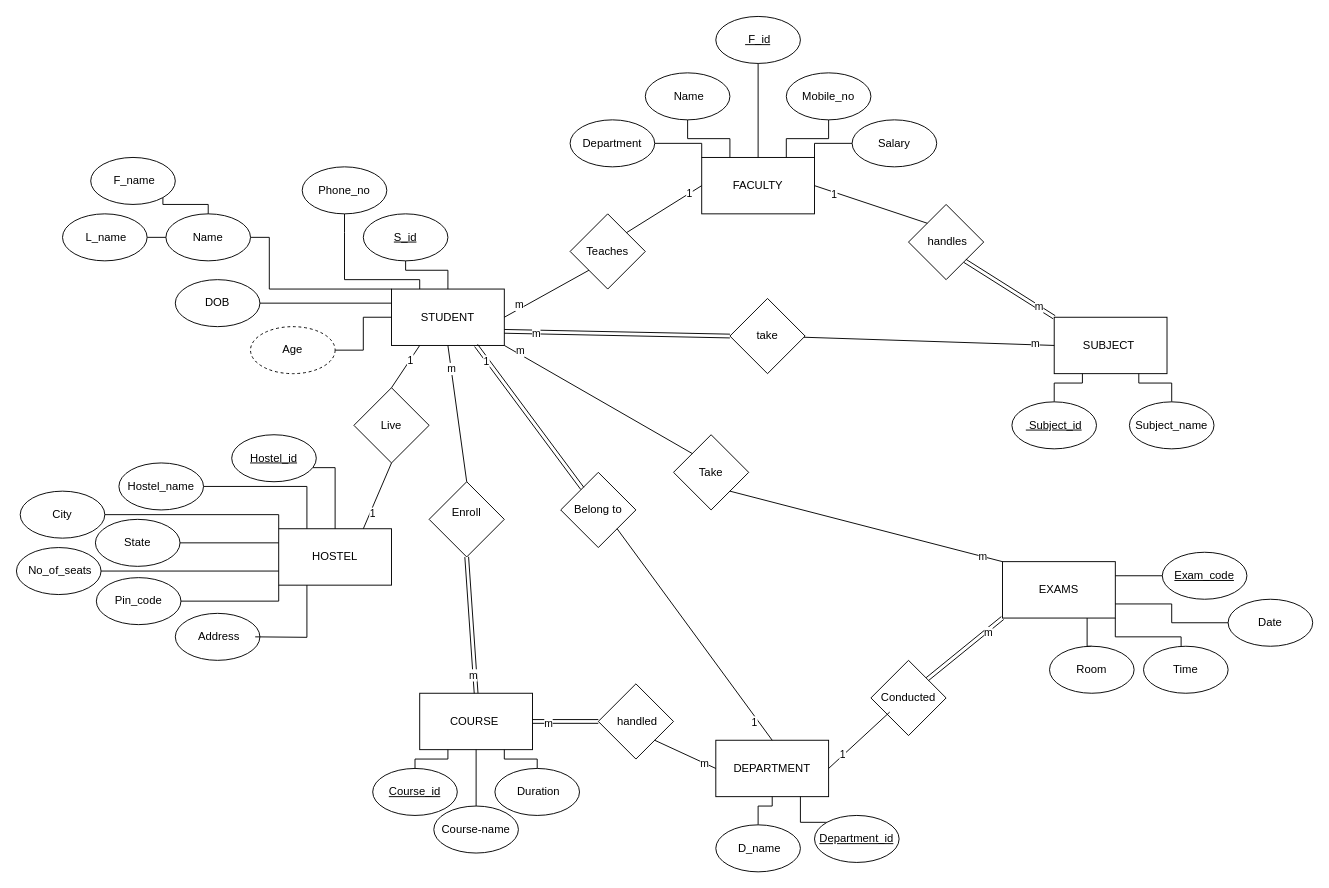
This is COLLEGE.drawio from LeenaaAlhabsi/-Database-Course-documentation, a draw.io file, before an edit. Source tidied: cells renumbered, new cells numbered last; positions are measured from the earlier drawing's top-left corner, leaving out a move shared by most shapes. Both pictures are drawn from the tidied source at 94%, with x=0, y=0 at pixel (16, 16).
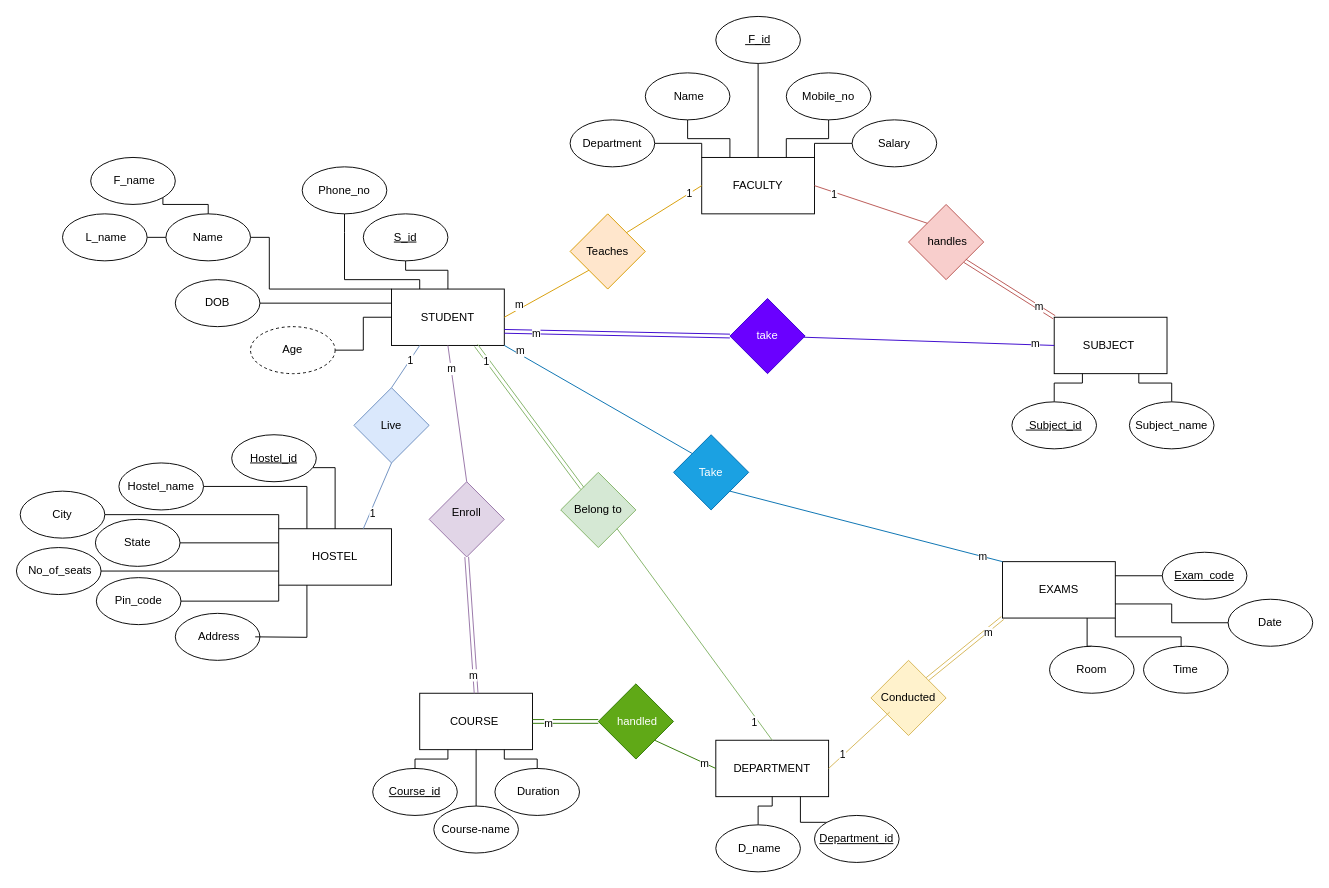
The same diagram, later.

The change refers to these unchanged cells:
```xml
<mxCell id="2" value="FACULTY" style="rounded=0;whiteSpace=wrap;html=1;" parent="1" vertex="1">
  <mxGeometry x="729" y="150" width="120" height="60" as="geometry" />
</mxCell>
<mxCell id="3" value="HOSTEL" style="rounded=0;whiteSpace=wrap;html=1;" parent="1" vertex="1">
  <mxGeometry x="279" y="545" width="120" height="60" as="geometry" />
</mxCell>
<mxCell id="4" value="COURSE&amp;nbsp;" style="rounded=0;whiteSpace=wrap;html=1;" parent="1" vertex="1">
  <mxGeometry x="429" y="720" width="120" height="60" as="geometry" />
</mxCell>
<mxCell id="5" value="SUBJECT&amp;nbsp;" style="rounded=0;whiteSpace=wrap;html=1;" parent="1" vertex="1">
  <mxGeometry x="1104" y="320" width="120" height="60" as="geometry" />
</mxCell>
<mxCell id="6" value="&amp;nbsp;EXAMS&amp;nbsp;" style="rounded=0;whiteSpace=wrap;html=1;" parent="1" vertex="1">
  <mxGeometry x="1049" y="580" width="120" height="60" as="geometry" />
</mxCell>
<mxCell id="7" value="DEPARTMENT" style="rounded=0;whiteSpace=wrap;html=1;" parent="1" vertex="1">
  <mxGeometry x="744" y="770" width="120" height="60" as="geometry" />
</mxCell>
<mxCell id="8" value="STUDENT" style="rounded=0;whiteSpace=wrap;html=1;" parent="1" vertex="1">
  <mxGeometry x="399" y="290" width="120" height="60" as="geometry" />
</mxCell>
```

The edit, as a diff of the source:
```diff
@@
-    <mxCell id="69" value="Teaches" style="rhombus;whiteSpace=wrap;html=1;" parent="1" vertex="1">
+    <mxCell id="69" value="Teaches" style="rhombus;whiteSpace=wrap;html=1;fillColor=#ffe6cc;strokeColor=#d79b00;" parent="1" vertex="1">
       <mxGeometry x="589" y="210" width="80" height="80" as="geometry" />
     </mxCell>
-    <mxCell id="70" value="&amp;nbsp;handles" style="rhombus;whiteSpace=wrap;html=1;" parent="1" vertex="1">
+    <mxCell id="70" value="&amp;nbsp;handles" style="rhombus;whiteSpace=wrap;html=1;fillColor=#f8cecc;strokeColor=#b85450;" parent="1" vertex="1">
       <mxGeometry x="949" y="200" width="80" height="80" as="geometry" />
     </mxCell>
-    <mxCell id="71" style="endArrow=none;html=1;rounded=0;exitX=1;exitY=0;exitDx=0;exitDy=0;entryX=0;entryY=0.5;entryDx=0;entryDy=0;" parent="1" edge="1" source="69" target="2">
+    <mxCell id="71" style="endArrow=none;html=1;rounded=0;exitX=1;exitY=0;exitDx=0;exitDy=0;entryX=0;entryY=0.5;entryDx=0;entryDy=0;fillColor=#ffe6cc;strokeColor=#d79b00;" parent="1" edge="1" source="69" target="2">
       <mxGeometry relative="1" as="geometry" />
     </mxCell>
@@
-    <mxCell id="73" style="endArrow=none;html=1;rounded=0;entryX=0;entryY=1;entryDx=0;entryDy=0;exitX=1;exitY=0.5;exitDx=0;exitDy=0;" parent="1" edge="1" source="8" target="69">
+    <mxCell id="73" style="endArrow=none;html=1;rounded=0;entryX=0;entryY=1;entryDx=0;entryDy=0;exitX=1;exitY=0.5;exitDx=0;exitDy=0;fillColor=#ffe6cc;strokeColor=#d79b00;" parent="1" edge="1" source="8" target="69">
       <mxGeometry relative="1" as="geometry" />
     </mxCell>
@@
-    <mxCell id="75" style="endArrow=none;html=1;rounded=0;entryX=0;entryY=0;entryDx=0;entryDy=0;exitX=1;exitY=1;exitDx=0;exitDy=0;shape=link;" parent="1" edge="1" source="70" target="5">
+    <mxCell id="75" style="endArrow=none;html=1;rounded=0;entryX=0;entryY=0;entryDx=0;entryDy=0;exitX=1;exitY=1;exitDx=0;exitDy=0;shape=link;fillColor=#f8cecc;strokeColor=#b85450;" parent="1" edge="1" source="70" target="5">
       <mxGeometry relative="1" as="geometry" />
     </mxCell>
@@
-    <mxCell id="77" style="endArrow=none;html=1;rounded=0;entryX=1;entryY=0.5;entryDx=0;entryDy=0;exitX=0;exitY=0;exitDx=0;exitDy=0;" parent="1" edge="1" source="70" target="2">
+    <mxCell id="77" style="endArrow=none;html=1;rounded=0;entryX=1;entryY=0.5;entryDx=0;entryDy=0;exitX=0;exitY=0;exitDx=0;exitDy=0;fillColor=#f8cecc;strokeColor=#b85450;" parent="1" edge="1" source="70" target="2">
       <mxGeometry relative="1" as="geometry" />
     </mxCell>
@@
-    <mxCell id="79" value="&#10;Enroll&#10;&#10;" style="rhombus;whiteSpace=wrap;html=1;" parent="1" vertex="1">
+    <mxCell id="79" value="&#10;Enroll&#10;&#10;" style="rhombus;whiteSpace=wrap;html=1;fillColor=#e1d5e7;strokeColor=#9673a6;" parent="1" vertex="1">
       <mxGeometry x="439" y="495" width="80" height="80" as="geometry" />
     </mxCell>
-    <mxCell id="80" style="endArrow=none;html=1;rounded=0;entryX=0.5;entryY=1;entryDx=0;entryDy=0;exitX=0.5;exitY=0;exitDx=0;exitDy=0;" parent="1" edge="1" source="79" target="8">
+    <mxCell id="80" style="endArrow=none;html=1;rounded=0;entryX=0.5;entryY=1;entryDx=0;entryDy=0;exitX=0.5;exitY=0;exitDx=0;exitDy=0;fillColor=#e1d5e7;strokeColor=#9673a6;" parent="1" edge="1" source="79" target="8">
       <mxGeometry relative="1" as="geometry" />
     </mxCell>
@@
-    <mxCell id="82" style="endArrow=none;html=1;rounded=0;entryX=0.5;entryY=1;entryDx=0;entryDy=0;exitX=0.5;exitY=0;exitDx=0;exitDy=0;shape=link;" parent="1" edge="1" source="4" target="79">
+    <mxCell id="82" style="endArrow=none;html=1;rounded=0;entryX=0.5;entryY=1;entryDx=0;entryDy=0;exitX=0.5;exitY=0;exitDx=0;exitDy=0;shape=link;fillColor=#e1d5e7;strokeColor=#9673a6;" parent="1" edge="1" source="4" target="79">
       <mxGeometry relative="1" as="geometry" />
     </mxCell>
@@
-    <mxCell id="84" value="Belong to" style="rhombus;whiteSpace=wrap;html=1;" parent="1" vertex="1">
+    <mxCell id="84" value="Belong to" style="rhombus;whiteSpace=wrap;html=1;fillColor=#d5e8d4;strokeColor=#82b366;" parent="1" vertex="1">
       <mxGeometry x="579" y="485" width="80" height="80" as="geometry" />
     </mxCell>
-    <mxCell id="85" style="endArrow=none;html=1;rounded=0;entryX=0.75;entryY=1;entryDx=0;entryDy=0;shape=link;" parent="1" edge="1" source="84" target="8">
+    <mxCell id="85" style="endArrow=none;html=1;rounded=0;entryX=0.75;entryY=1;entryDx=0;entryDy=0;shape=link;fillColor=#d5e8d4;strokeColor=#82b366;" parent="1" edge="1" source="84" target="8">
       <mxGeometry relative="1" as="geometry" />
     </mxCell>
@@
-    <mxCell id="87" style="endArrow=none;html=1;rounded=0;entryX=1;entryY=1;entryDx=0;entryDy=0;exitX=0.5;exitY=0;exitDx=0;exitDy=0;" parent="1" edge="1" source="7" target="84">
+    <mxCell id="87" style="endArrow=none;html=1;rounded=0;entryX=1;entryY=1;entryDx=0;entryDy=0;exitX=0.5;exitY=0;exitDx=0;exitDy=0;fillColor=#d5e8d4;strokeColor=#82b366;" parent="1" edge="1" source="7" target="84">
       <mxGeometry relative="1" as="geometry" />
     </mxCell>
@@
-    <mxCell id="89" value="Take" style="rhombus;whiteSpace=wrap;html=1;" parent="1" vertex="1">
+    <mxCell id="89" value="Take" style="rhombus;whiteSpace=wrap;html=1;fillColor=#1ba1e2;fontColor=#ffffff;strokeColor=#006EAF;" parent="1" vertex="1">
       <mxGeometry x="699" y="445" width="80" height="80" as="geometry" />
     </mxCell>
-    <mxCell id="90" style="endArrow=none;html=1;rounded=0;entryX=0;entryY=0;entryDx=0;entryDy=0;exitX=1;exitY=1;exitDx=0;exitDy=0;" parent="1" edge="1" source="8" target="89">
+    <mxCell id="90" style="endArrow=none;html=1;rounded=0;entryX=0;entryY=0;entryDx=0;entryDy=0;exitX=1;exitY=1;exitDx=0;exitDy=0;fillColor=#1ba1e2;strokeColor=#006EAF;" parent="1" edge="1" source="8" target="89">
       <mxGeometry relative="1" as="geometry" />
     </mxCell>
@@
-    <mxCell id="92" style="endArrow=none;html=1;rounded=0;entryX=1;entryY=1;entryDx=0;entryDy=0;exitX=0;exitY=0;exitDx=0;exitDy=0;" parent="1" edge="1" source="6" target="89">
+    <mxCell id="92" style="endArrow=none;html=1;rounded=0;entryX=1;entryY=1;entryDx=0;entryDy=0;exitX=0;exitY=0;exitDx=0;exitDy=0;fillColor=#1ba1e2;strokeColor=#006EAF;" parent="1" edge="1" source="6" target="89">
       <mxGeometry relative="1" as="geometry" />
     </mxCell>
@@
-    <mxCell id="94" value="Live" style="rhombus;whiteSpace=wrap;html=1;" parent="1" vertex="1">
+    <mxCell id="94" value="Live" style="rhombus;whiteSpace=wrap;html=1;fillColor=#dae8fc;strokeColor=#6c8ebf;" parent="1" vertex="1">
       <mxGeometry x="359" y="395" width="80" height="80" as="geometry" />
     </mxCell>
-    <mxCell id="95" style="endArrow=none;html=1;rounded=0;entryX=0.25;entryY=1;entryDx=0;entryDy=0;exitX=0.5;exitY=0;exitDx=0;exitDy=0;" parent="1" edge="1" source="94" target="8">
+    <mxCell id="95" style="endArrow=none;html=1;rounded=0;entryX=0.25;entryY=1;entryDx=0;entryDy=0;exitX=0.5;exitY=0;exitDx=0;exitDy=0;fillColor=#dae8fc;strokeColor=#6c8ebf;" parent="1" edge="1" source="94" target="8">
       <mxGeometry relative="1" as="geometry" />
     </mxCell>
@@
-    <mxCell id="97" style="endArrow=none;html=1;rounded=0;entryX=0.5;entryY=1;entryDx=0;entryDy=0;exitX=0.75;exitY=0;exitDx=0;exitDy=0;" parent="1" edge="1" source="3" target="94">
+    <mxCell id="97" style="endArrow=none;html=1;rounded=0;entryX=0.5;entryY=1;entryDx=0;entryDy=0;exitX=0.75;exitY=0;exitDx=0;exitDy=0;fillColor=#dae8fc;strokeColor=#6c8ebf;" parent="1" edge="1" source="3" target="94">
       <mxGeometry relative="1" as="geometry" />
     </mxCell>
@@
-    <mxCell id="99" value="&amp;nbsp;handled" style="rhombus;whiteSpace=wrap;html=1;" parent="1" vertex="1">
+    <mxCell id="99" value="&amp;nbsp;handled" style="rhombus;whiteSpace=wrap;html=1;fillColor=#60a917;fontColor=#ffffff;strokeColor=#2D7600;" parent="1" vertex="1">
       <mxGeometry x="619" y="710" width="80" height="80" as="geometry" />
     </mxCell>
-    <mxCell id="100" style="endArrow=none;html=1;rounded=0;entryX=0;entryY=0.5;entryDx=0;entryDy=0;exitX=1;exitY=0.5;exitDx=0;exitDy=0;shape=link;" parent="1" edge="1" source="4" target="99">
+    <mxCell id="100" style="endArrow=none;html=1;rounded=0;entryX=0;entryY=0.5;entryDx=0;entryDy=0;exitX=1;exitY=0.5;exitDx=0;exitDy=0;shape=link;fillColor=#60a917;strokeColor=#2D7600;" parent="1" edge="1" source="4" target="99">
       <mxGeometry relative="1" as="geometry" />
     </mxCell>
@@
-    <mxCell id="102" style="endArrow=none;html=1;rounded=0;entryX=1;entryY=1;entryDx=0;entryDy=0;exitX=0;exitY=0.5;exitDx=0;exitDy=0;" parent="1" edge="1" source="7" target="99">
+    <mxCell id="102" style="endArrow=none;html=1;rounded=0;entryX=1;entryY=1;entryDx=0;entryDy=0;exitX=0;exitY=0.5;exitDx=0;exitDy=0;fillColor=#60a917;strokeColor=#2D7600;" parent="1" edge="1" source="7" target="99">
       <mxGeometry relative="1" as="geometry" />
     </mxCell>
@@
-    <mxCell id="104" value="take" style="rhombus;whiteSpace=wrap;html=1;" parent="1" vertex="1">
+    <mxCell id="104" value="take" style="rhombus;whiteSpace=wrap;html=1;fillColor=#6a00ff;fontColor=#ffffff;strokeColor=#3700CC;" parent="1" vertex="1">
       <mxGeometry x="759" y="300" width="80" height="80" as="geometry" />
     </mxCell>
-    <mxCell id="105" style="endArrow=none;html=1;rounded=0;entryX=0;entryY=0.5;entryDx=0;entryDy=0;exitX=1;exitY=0.75;exitDx=0;exitDy=0;shape=link;" parent="1" edge="1" source="8" target="104">
+    <mxCell id="105" style="endArrow=none;html=1;rounded=0;entryX=0;entryY=0.5;entryDx=0;entryDy=0;exitX=1;exitY=0.75;exitDx=0;exitDy=0;shape=link;fillColor=#6a00ff;strokeColor=#3700CC;" parent="1" edge="1" source="8" target="104">
       <mxGeometry relative="1" as="geometry" />
     </mxCell>
@@
-    <mxCell id="107" style="endArrow=none;html=1;rounded=0;entryX=0;entryY=0.5;entryDx=0;entryDy=0;" parent="1" edge="1" source="104" target="5">
+    <mxCell id="107" style="endArrow=none;html=1;rounded=0;entryX=0;entryY=0.5;entryDx=0;entryDy=0;fillColor=#6a00ff;strokeColor=#3700CC;" parent="1" edge="1" source="104" target="5">
       <mxGeometry relative="1" as="geometry" />
     </mxCell>
@@
-    <mxCell id="109" value="Conducted" style="rhombus;whiteSpace=wrap;html=1;" parent="1" vertex="1">
+    <mxCell id="109" value="Conducted" style="rhombus;whiteSpace=wrap;html=1;fillColor=#fff2cc;strokeColor=#d6b656;" parent="1" vertex="1">
       <mxGeometry x="909" y="685" width="80" height="80" as="geometry" />
     </mxCell>
-    <mxCell id="110" style="endArrow=none;html=1;rounded=0;entryX=0;entryY=1;entryDx=0;entryDy=0;exitX=1;exitY=0;exitDx=0;exitDy=0;shape=link;" parent="1" edge="1" source="109" target="6">
+    <mxCell id="110" style="endArrow=none;html=1;rounded=0;entryX=0;entryY=1;entryDx=0;entryDy=0;exitX=1;exitY=0;exitDx=0;exitDy=0;shape=link;fillColor=#fff2cc;strokeColor=#d6b656;" parent="1" edge="1" source="109" target="6">
       <mxGeometry relative="1" as="geometry" />
     </mxCell>
@@
-    <mxCell id="112" style="endArrow=none;html=1;rounded=0;entryX=0.25;entryY=0.688;entryDx=0;entryDy=0;entryPerimeter=0;exitX=1;exitY=0.5;exitDx=0;exitDy=0;" parent="1" edge="1" source="7" target="109">
+    <mxCell id="112" style="endArrow=none;html=1;rounded=0;entryX=0.25;entryY=0.688;entryDx=0;entryDy=0;entryPerimeter=0;exitX=1;exitY=0.5;exitDx=0;exitDy=0;fillColor=#fff2cc;strokeColor=#d6b656;" parent="1" edge="1" source="7" target="109">
       <mxGeometry relative="1" as="geometry" />
     </mxCell>
```
